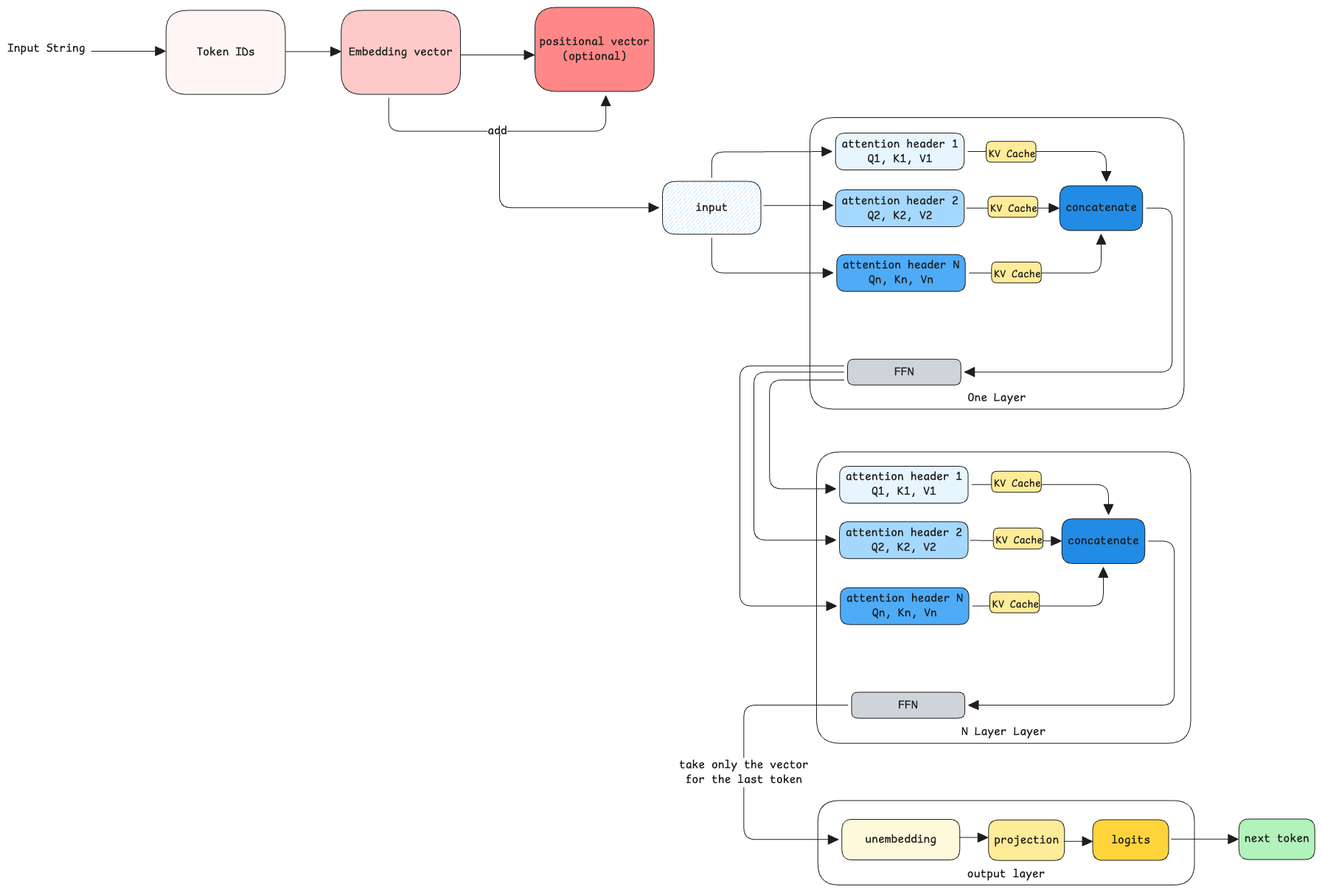
Earlier version of the Excalidraw export static/img/ai-llm-hl.excalidraw.png (swaroopar/inprogress-engineer). Source tidied: one line per element, renumbered; positions are measured from the earlier drawing's top-left corner, leaving out a move shared by most shapes.
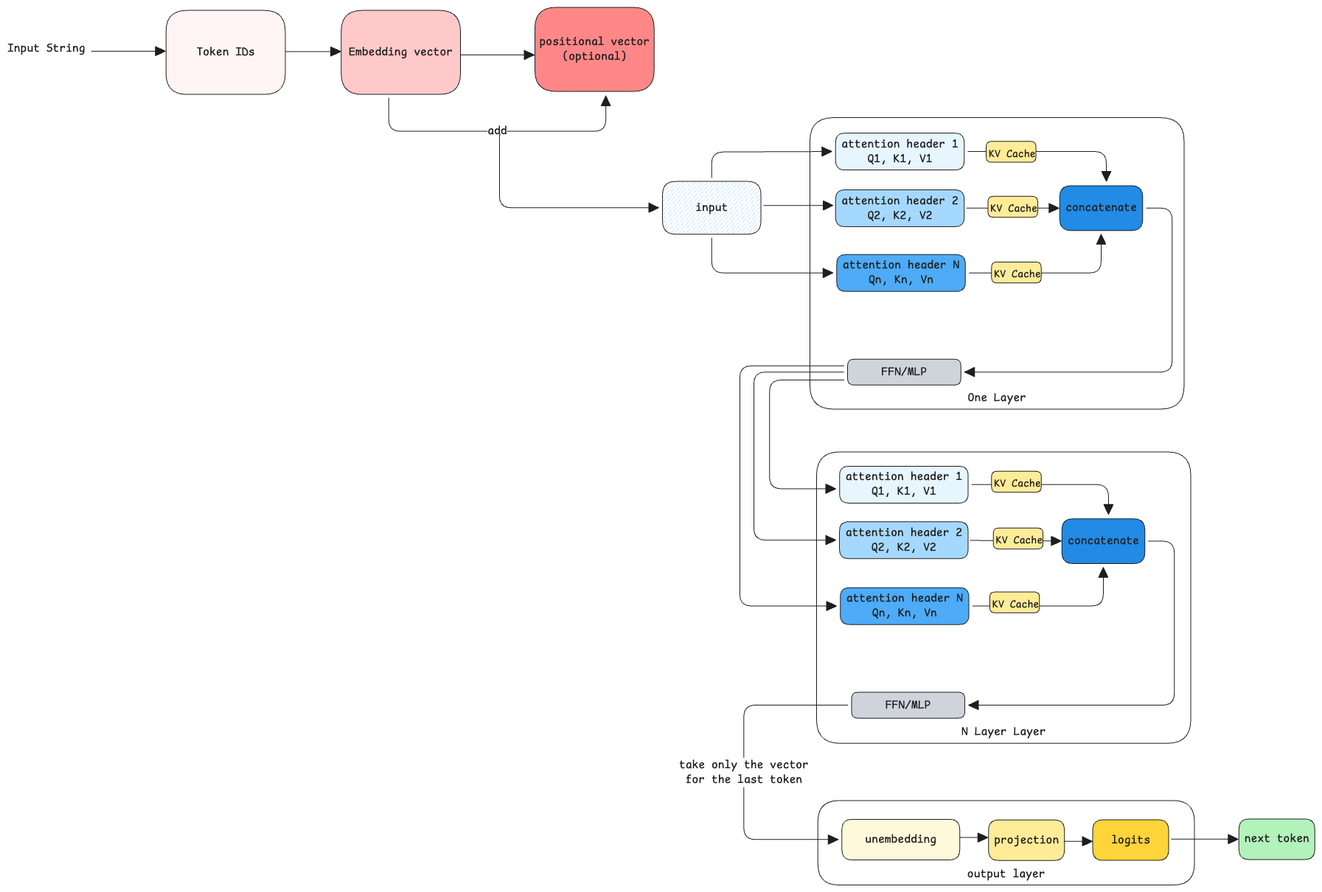
After the commit.

Change to the diagram source:
```diff
@@ -11,7 +11,7 @@
 {"id": 10, "type": "rectangle", "strokeColor": "#1e1e1e", "strokeWidth": 1, "roughness": 0, "round": true, "x": 1088, "y": 150, "width": 508, "height": 395}
 {"id": 11, "type": "text", "text": "One Layer", "strokeColor": "#1e1e1e", "strokeWidth": 1, "roughness": 0, "fontSize": 16, "fontFamily": 8, "textAlign": "center", "verticalAlign": "bottom", "inside": 10, "x": 1303, "y": 520, "width": 79, "height": 20}
 {"id": 12, "type": "rectangle", "strokeColor": "#1e1e1e", "backgroundColor": "#ced4da", "fillStyle": "solid", "strokeWidth": 1, "roughness": 0, "round": true, "x": 1140, "y": 477, "width": 154, "height": 35}
-{"id": 13, "type": "text", "text": "FFN", "strokeColor": "#1e1e1e", "strokeWidth": 1, "roughness": 0, "fontSize": 16, "fontFamily": 8, "textAlign": "center", "verticalAlign": "middle", "inside": 12, "x": 1203, "y": 485, "width": 26, "height": 20}
+{"id": 13, "type": "text", "text": "FFN/MLP", "strokeColor": "#1e1e1e", "strokeWidth": 1, "roughness": 0, "fontSize": 16, "fontFamily": 8, "textAlign": "center", "verticalAlign": "middle", "inside": 12, "x": 1186, "y": 485, "width": 62, "height": 20}
 {"id": 14, "type": "rectangle", "strokeColor": "#1e1e1e", "backgroundColor": "#e7f5ff", "fillStyle": "solid", "strokeWidth": 1, "roughness": 0, "round": true, "x": 1123, "y": 171, "width": 174, "height": 50}
 {"id": 15, "type": "text", "text": "attention header 1\nQ1, K1, V1", "strokeColor": "#1e1e1e", "strokeWidth": 1, "roughness": 0, "fontSize": 16, "fontFamily": 8, "textAlign": "center", "verticalAlign": "middle", "inside": 14, "x": 1131, "y": 176, "width": 158, "height": 40}
 {"id": 16, "type": "rectangle", "strokeColor": "#1e1e1e", "backgroundColor": "#a5d8ff", "fillStyle": "solid", "strokeWidth": 1, "roughness": 0, "round": true, "x": 1123, "y": 248, "width": 174, "height": 50}
@@ -33,7 +33,7 @@
 {"id": 32, "type": "rectangle", "strokeColor": "#1e1e1e", "strokeWidth": 1, "roughness": 0, "round": true, "x": 1097, "y": 603, "width": 508, "height": 395}
 {"id": 33, "type": "text", "text": "N Layer Layer", "strokeColor": "#1e1e1e", "strokeWidth": 1, "roughness": 0, "fontSize": 16, "fontFamily": 8, "textAlign": "center", "verticalAlign": "bottom", "inside": 32, "x": 1294, "y": 973, "width": 114, "height": 20}
 {"id": 34, "type": "rectangle", "strokeColor": "#1e1e1e", "backgroundColor": "#ced4da", "fillStyle": "solid", "strokeWidth": 1, "roughness": 0, "round": true, "x": 1145, "y": 929, "width": 154, "height": 35}
-{"id": 35, "type": "text", "text": "FFN", "strokeColor": "#1e1e1e", "strokeWidth": 1, "roughness": 0, "fontSize": 16, "fontFamily": 8, "textAlign": "center", "verticalAlign": "middle", "inside": 34, "x": 1209, "y": 937, "width": 26, "height": 20}
+{"id": 35, "type": "text", "text": "FFN/MLP", "strokeColor": "#1e1e1e", "strokeWidth": 1, "roughness": 0, "fontSize": 16, "fontFamily": 8, "textAlign": "center", "verticalAlign": "middle", "inside": 34, "x": 1191, "y": 937, "width": 62, "height": 20}
 {"id": 36, "type": "rectangle", "strokeColor": "#1e1e1e", "backgroundColor": "#e7f5ff", "fillStyle": "solid", "strokeWidth": 1, "roughness": 0, "round": true, "x": 1129, "y": 622, "width": 174, "height": 50}
 {"id": 37, "type": "text", "text": "attention header 1\nQ1, K1, V1", "strokeColor": "#1e1e1e", "strokeWidth": 1, "roughness": 0, "fontSize": 16, "fontFamily": 8, "textAlign": "center", "verticalAlign": "middle", "inside": 36, "x": 1137, "y": 627, "width": 158, "height": 40}
 {"id": 38, "type": "rectangle", "strokeColor": "#1e1e1e", "backgroundColor": "#a5d8ff", "fillStyle": "solid", "strokeWidth": 1, "roughness": 0, "round": true, "x": 1129, "y": 698, "width": 174, "height": 50}
```
